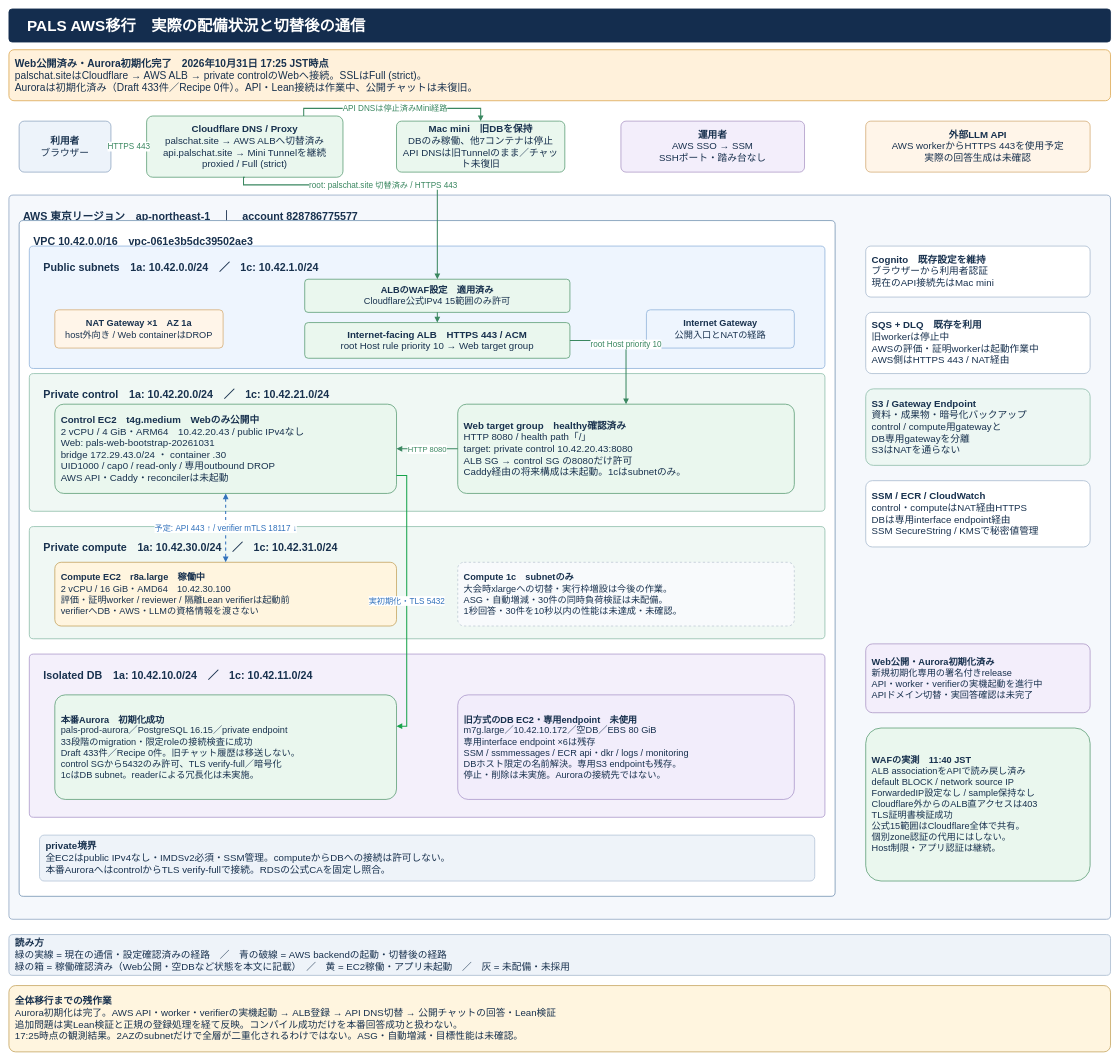
Earlier version of the draw.io diagram docs/diagrams/pals-aws-private-target.drawio (AtsushiHosaka/pals). Source tidied: cells renumbered, new cells numbered last; positions are measured from the earlier drawing's top-left corner, leaving out a move shared by most shapes. Both pictures are drawn from the tidied source at 51%, with x=0, y=0 at pixel (9, 9).
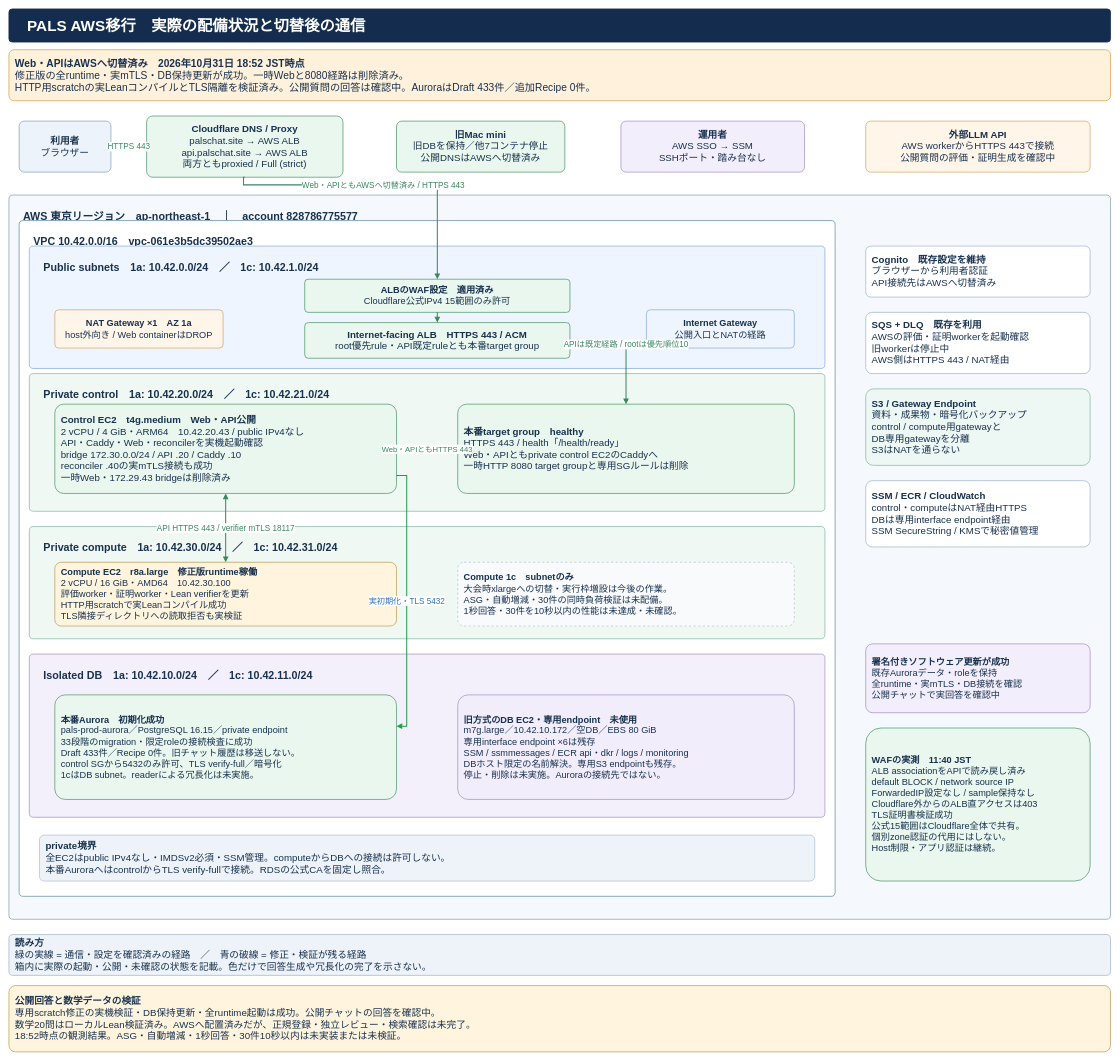
The same page after the edit.

Commit message (it also covers changes not shown here):
Record verified AWS runtime update and current public validation status

Unchanged cells that the change refers to:
```xml
<mxCell id="15" value="&lt;b&gt;ALBのWAF設定　適用済み&lt;/b&gt;&lt;br&gt;Cloudflare公式IPv4 15範囲のみ許可" style="rounded=1;arcSize=10;whiteSpace=wrap;html=1;fillColor=#eaf7ee;strokeColor=#579a72;strokeWidth=1.5;fontSize=18;fontColor=#18314e;fontFamily=Hiragino Sans,Noto Sans JP,Arial;align=center;verticalAlign=middle;spacing=12;" parent="1" vertex="1">
  <mxGeometry x="580" y="530" width="520" height="65" as="geometry" />
</mxCell>
```

Change to the diagram source:
```diff
@@
-    <mxCell id="3" value="&lt;b&gt;Web公開済み・Aurora初期化完了　2026年10月31日 17:25 JST時点&lt;/b&gt;&lt;br&gt;palschat.siteはCloudflare → AWS ALB → private controlのWebへ接続。SSLはFull (strict)。&lt;br&gt;Auroraは初期化済み（Draft 433件／Recipe 0件）。API・Lean接続は作業中、公開チャットは未復旧。" style="rounded=1;arcSize=10;whiteSpace=wrap;html=1;fillColor=#fff1db;strokeColor=#dba54d;strokeWidth=1.5;fontSize=20;fontColor=#18314e;fontFamily=Hiragino Sans,Noto Sans JP,Arial;align=left;verticalAlign=middle;spacing=12;" parent="1" vertex="1">
+    <mxCell id="3" value="&lt;b&gt;Web・APIはAWSへ切替済み　2026年10月31日 18:52 JST時点&lt;/b&gt;&lt;br&gt;修正版の全runtime・実mTLS・DB保持更新が成功。一時Webと8080経路は削除済み。&lt;br&gt;HTTP用scratchの実LeanコンパイルとTLS隔離を検証済み。公開質問の回答は確認中。AuroraはDraft 433件／追加Recipe 0件。" style="rounded=1;arcSize=10;whiteSpace=wrap;html=1;fillColor=#fff1db;strokeColor=#dba54d;strokeWidth=1.5;fontSize=20;fontColor=#18314e;fontFamily=Hiragino Sans,Noto Sans JP,Arial;align=left;verticalAlign=middle;spacing=12;" parent="1" vertex="1">
       <mxGeometry y="80" width="2160" height="100" as="geometry" />
     </mxCell>
@@
-    <mxCell id="11" value="&lt;b&gt;Cloudflare DNS / Proxy&lt;/b&gt;&lt;br&gt;palschat.site → AWS ALBへ切替済み&lt;br&gt;api.palschat.site → Mini Tunnelを継続&lt;br&gt;proxied / Full (strict)" style="rounded=1;arcSize=10;whiteSpace=wrap;html=1;fillColor=#eaf7ee;strokeColor=#579a72;strokeWidth=1.5;fontSize=19;fontColor=#18314e;fontFamily=Hiragino Sans,Noto Sans JP,Arial;align=center;verticalAlign=middle;spacing=12;" parent="1" vertex="1">
+    <mxCell id="11" value="&lt;b&gt;Cloudflare DNS / Proxy&lt;/b&gt;&lt;br&gt;palschat.site → AWS ALB&lt;br&gt;api.palschat.site → AWS ALB&lt;br&gt;両方ともproxied / Full (strict)" style="rounded=1;arcSize=10;whiteSpace=wrap;html=1;fillColor=#eaf7ee;strokeColor=#579a72;strokeWidth=1.5;fontSize=19;fontColor=#18314e;fontFamily=Hiragino Sans,Noto Sans JP,Arial;align=center;verticalAlign=middle;spacing=12;" parent="1" vertex="1">
       <mxGeometry x="270" y="210" width="385" height="120" as="geometry" />
     </mxCell>
-    <mxCell id="12" value="&lt;b&gt;Mac mini　旧DBを保持&lt;/b&gt;&lt;br&gt;DBのみ稼働、他7コンテナは停止&lt;br&gt;API DNSは旧Tunnelのまま／チャット未復旧" style="rounded=1;arcSize=10;whiteSpace=wrap;html=1;fillColor=#eaf7ee;strokeColor=#579a72;strokeWidth=1.5;fontSize=19;fontColor=#18314e;fontFamily=Hiragino Sans,Noto Sans JP,Arial;align=center;verticalAlign=middle;spacing=12;" parent="1" vertex="1">
+    <mxCell id="12" value="&lt;b&gt;旧Mac mini&lt;/b&gt;&lt;br&gt;旧DBを保持／他7コンテナ停止&lt;br&gt;公開DNSはAWSへ切替済み" style="rounded=1;arcSize=10;whiteSpace=wrap;html=1;fillColor=#eaf7ee;strokeColor=#579a72;strokeWidth=1.5;fontSize=19;fontColor=#18314e;fontFamily=Hiragino Sans,Noto Sans JP,Arial;align=center;verticalAlign=middle;spacing=12;" parent="1" vertex="1">
       <mxGeometry x="760" y="220" width="330" height="100" as="geometry" />
     </mxCell>
@@
-    <mxCell id="14" value="&lt;b&gt;外部LLM API&lt;/b&gt;&lt;br&gt;AWS workerからHTTPS 443を使用予定&lt;br&gt;実際の回答生成は未確認" style="rounded=1;arcSize=10;whiteSpace=wrap;html=1;fillColor=#fff5e9;strokeColor=#d3aa73;strokeWidth=1.5;fontSize=19;fontColor=#18314e;fontFamily=Hiragino Sans,Noto Sans JP,Arial;align=center;verticalAlign=middle;spacing=12;" parent="1" vertex="1">
+    <mxCell id="14" value="&lt;b&gt;外部LLM API&lt;/b&gt;&lt;br&gt;AWS workerからHTTPS 443で接続&lt;br&gt;公開質問の評価・証明生成を確認中" style="rounded=1;arcSize=10;whiteSpace=wrap;html=1;fillColor=#fff5e9;strokeColor=#d3aa73;strokeWidth=1.5;fontSize=19;fontColor=#18314e;fontFamily=Hiragino Sans,Noto Sans JP,Arial;align=center;verticalAlign=middle;spacing=12;" parent="1" vertex="1">
       <mxGeometry x="1680" y="220" width="440" height="100" as="geometry" />
     </mxCell>
@@
-    <mxCell id="16" value="&lt;b&gt;Internet-facing ALB　HTTPS 443 / ACM&lt;/b&gt;&lt;br&gt;root Host rule priority 10 → Web target group" style="rounded=1;arcSize=10;whiteSpace=wrap;html=1;fillColor=#eaf7ee;strokeColor=#579a72;strokeWidth=1.5;fontSize=19;fontColor=#18314e;fontFamily=Hiragino Sans,Noto Sans JP,Arial;align=center;verticalAlign=middle;spacing=12;" parent="1" vertex="1">
+    <mxCell id="16" value="&lt;b&gt;Internet-facing ALB　HTTPS 443 / ACM&lt;/b&gt;&lt;br&gt;root優先rule・API既定ruleとも本番target group" style="rounded=1;arcSize=10;whiteSpace=wrap;html=1;fillColor=#eaf7ee;strokeColor=#579a72;strokeWidth=1.5;fontSize=19;fontColor=#18314e;fontFamily=Hiragino Sans,Noto Sans JP,Arial;align=center;verticalAlign=middle;spacing=12;" parent="1" vertex="1">
       <mxGeometry x="580" y="615" width="520" height="70" as="geometry" />
     </mxCell>
@@
-    <mxCell id="19" value="&lt;b&gt;Control EC2　t4g.medium　Webのみ公開中&lt;/b&gt;&lt;br&gt;2 vCPU / 4 GiB・ARM64　10.42.20.43 / public IPv4なし&lt;br&gt;Web: pals-web-bootstrap-20261031&lt;br&gt;bridge 172.29.43.0/24 ・ container .30&lt;br&gt;UID1000 / cap0 / read-only / 専用outbound DROP&lt;br&gt;AWS API・Caddy・reconcilerは未起動" style="rounded=1;arcSize=10;whiteSpace=wrap;html=1;fillColor=#eaf7ee;strokeColor=#579a72;strokeWidth=1.5;fontSize=19;fontColor=#18314e;fontFamily=Hiragino Sans,Noto Sans JP,Arial;align=left;verticalAlign=middle;spacing=12;" parent="1" vertex="1">
+    <mxCell id="19" value="&lt;b&gt;Control EC2　t4g.medium　Web・API公開&lt;/b&gt;&lt;br&gt;2 vCPU / 4 GiB・ARM64　10.42.20.43 / public IPv4なし&lt;br&gt;API・Caddy・Web・reconcilerを実機起動確認&lt;br&gt;bridge 172.30.0.0/24 / API .20 / Caddy .10&lt;br&gt;reconciler .40の実mTLS接続も成功&lt;br&gt;一時Web・172.29.43 bridgeは削除済み" style="rounded=1;arcSize=10;whiteSpace=wrap;html=1;fillColor=#eaf7ee;strokeColor=#579a72;strokeWidth=1.5;fontSize=19;fontColor=#18314e;fontFamily=Hiragino Sans,Noto Sans JP,Arial;align=left;verticalAlign=middle;spacing=12;" parent="1" vertex="1">
       <mxGeometry x="90" y="775" width="670" height="175" as="geometry" />
     </mxCell>
-    <mxCell id="20" value="&lt;b&gt;Web target group　healthy確認済み&lt;/b&gt;&lt;br&gt;HTTP 8080 / health path「/」&lt;br&gt;target: private control 10.42.20.43:8080&lt;br&gt;ALB SG → control SG の8080だけ許可&lt;br&gt;Caddy経由の将来構成は未起動。1cはsubnetのみ。" style="rounded=1;arcSize=10;whiteSpace=wrap;html=1;fillColor=#eaf7ee;strokeColor=#579a72;strokeWidth=1.5;fontSize=19;fontColor=#18314e;fontFamily=Hiragino Sans,Noto Sans JP,Arial;align=left;verticalAlign=middle;spacing=12;" parent="1" vertex="1">
+    <mxCell id="20" value="&lt;b&gt;本番target group　healthy&lt;/b&gt;&lt;br&gt;HTTPS 443 / health「/health/ready」&lt;br&gt;Web・APIともprivate control EC2のCaddyへ&lt;br&gt;一時HTTP 8080 target groupと専用SGルールは削除" style="rounded=1;arcSize=10;whiteSpace=wrap;html=1;fillColor=#eaf7ee;strokeColor=#579a72;strokeWidth=1.5;fontSize=19;fontColor=#18314e;fontFamily=Hiragino Sans,Noto Sans JP,Arial;align=left;verticalAlign=middle;spacing=12;" parent="1" vertex="1">
       <mxGeometry x="880" y="775" width="660" height="175" as="geometry" />
     </mxCell>
-    <mxCell id="21" value="&lt;b&gt;Compute EC2　r8a.large　稼働中&lt;/b&gt;&lt;br&gt;2 vCPU / 16 GiB・AMD64　10.42.30.100&lt;br&gt;評価・証明worker / reviewer / 隔離Lean verifierは起動前&lt;br&gt;verifierへDB・AWS・LLMの資格情報を渡さない" style="rounded=1;arcSize=10;whiteSpace=wrap;html=1;fillColor=#fff5df;strokeColor=#c3a15a;strokeWidth=1.5;fontSize=18;fontColor=#18314e;fontFamily=Hiragino Sans,Noto Sans JP,Arial;align=left;verticalAlign=middle;spacing=12;" parent="1" vertex="1">
+    <mxCell id="21" value="&lt;b&gt;Compute EC2　r8a.large　修正版runtime稼働&lt;/b&gt;&lt;br&gt;2 vCPU / 16 GiB・AMD64　10.42.30.100&lt;br&gt;評価worker・証明worker・Lean verifierを更新&lt;br&gt;HTTP用scratchで実Leanコンパイル成功&lt;br&gt;TLS隣接ディレクトリへの読取拒否も実検証" style="rounded=1;arcSize=10;whiteSpace=wrap;html=1;fillColor=#fff5df;strokeColor=#c3a15a;strokeWidth=1.5;fontSize=18;fontColor=#18314e;fontFamily=Hiragino Sans,Noto Sans JP,Arial;align=left;verticalAlign=middle;spacing=12;" parent="1" vertex="1">
       <mxGeometry x="90" y="1085" width="670" height="125" as="geometry" />
     </mxCell>
@@
-    <mxCell id="26" value="&lt;b&gt;Cognito　既存設定を維持&lt;/b&gt;&lt;br&gt;ブラウザーから利用者認証&lt;br&gt;現在のAPI接続先はMac mini" style="rounded=1;arcSize=10;whiteSpace=wrap;html=1;fillColor=#ffffff;strokeColor=#a6b9ce;strokeWidth=1.5;fontSize=19;fontColor=#18314e;fontFamily=Hiragino Sans,Noto Sans JP,Arial;align=left;verticalAlign=middle;spacing=12;" parent="1" vertex="1">
+    <mxCell id="26" value="&lt;b&gt;Cognito　既存設定を維持&lt;/b&gt;&lt;br&gt;ブラウザーから利用者認証&lt;br&gt;API接続先はAWSへ切替済み" style="rounded=1;arcSize=10;whiteSpace=wrap;html=1;fillColor=#ffffff;strokeColor=#a6b9ce;strokeWidth=1.5;fontSize=19;fontColor=#18314e;fontFamily=Hiragino Sans,Noto Sans JP,Arial;align=left;verticalAlign=middle;spacing=12;" parent="1" vertex="1">
       <mxGeometry x="1680" y="465" width="440" height="100" as="geometry" />
     </mxCell>
-    <mxCell id="27" value="&lt;b&gt;SQS + DLQ　既存を利用&lt;/b&gt;&lt;br&gt;旧workerは停止中&lt;br&gt;AWSの評価・証明workerは起動作業中&lt;br&gt;AWS側はHTTPS 443 / NAT経由" style="rounded=1;arcSize=10;whiteSpace=wrap;html=1;fillColor=#ffffff;strokeColor=#a6b9ce;strokeWidth=1.5;fontSize=19;fontColor=#18314e;fontFamily=Hiragino Sans,Noto Sans JP,Arial;align=left;verticalAlign=middle;spacing=12;" parent="1" vertex="1">
+    <mxCell id="27" value="&lt;b&gt;SQS + DLQ　既存を利用&lt;/b&gt;&lt;br&gt;AWSの評価・証明workerを起動確認&lt;br&gt;旧workerは停止中&lt;br&gt;AWS側はHTTPS 443 / NAT経由" style="rounded=1;arcSize=10;whiteSpace=wrap;html=1;fillColor=#ffffff;strokeColor=#a6b9ce;strokeWidth=1.5;fontSize=19;fontColor=#18314e;fontFamily=Hiragino Sans,Noto Sans JP,Arial;align=left;verticalAlign=middle;spacing=12;" parent="1" vertex="1">
       <mxGeometry x="1680" y="595" width="440" height="120" as="geometry" />
     </mxCell>
@@
-    <mxCell id="30" value="&lt;b&gt;Web公開・Aurora初期化済み&lt;/b&gt;&lt;br&gt;新規初期化専用の署名付きrelease&lt;br&gt;API・worker・verifierの実機起動を進行中&lt;br&gt;APIドメイン切替・実回答確認は未完了" style="rounded=1;arcSize=10;whiteSpace=wrap;html=1;fillColor=#f3eefb;strokeColor=#aa95c4;strokeWidth=1.5;fontSize=18;fontColor=#18314e;fontFamily=Hiragino Sans,Noto Sans JP,Arial;align=left;verticalAlign=middle;spacing=12;" parent="1" vertex="1">
+    <mxCell id="30" value="&lt;b&gt;署名付きソフトウェア更新が成功&lt;/b&gt;&lt;br&gt;既存Auroraデータ・roleを保持&lt;br&gt;全runtime・実mTLS・DB接続を確認&lt;br&gt;公開チャットで実回答を確認中" style="rounded=1;arcSize=10;whiteSpace=wrap;html=1;fillColor=#f3eefb;strokeColor=#aa95c4;strokeWidth=1.5;fontSize=18;fontColor=#18314e;fontFamily=Hiragino Sans,Noto Sans JP,Arial;align=left;verticalAlign=middle;spacing=12;" parent="1" vertex="1">
       <mxGeometry x="1680" y="1245" width="440" height="135" as="geometry" />
     </mxCell>
@@
-    <mxCell id="33" value="API DNSは停止済みMini経路" style="edgeStyle=orthogonalEdgeStyle;rounded=0;jettySize=auto;html=1;endArrow=block;endFill=1;strokeColor=#3a8760;strokeWidth=2;dashed=0;fontSize=16;fontFamily=Hiragino Sans,Noto Sans JP,Arial;fontColor=#3a8760;labelBackgroundColor=#ffffff;exitX=0.8;exitY=0;entryX=0.5;entryY=0;" parent="1" edge="1" source="11" target="12">
-      <mxGeometry relative="1" as="geometry">
-        <Array as="points">
-          <mxPoint x="578" y="195" />
-          <mxPoint x="925" y="195" />
-        </Array>
-      </mxGeometry>
-    </mxCell>
-    <mxCell id="34" value="root: palschat.site 切替済み / HTTPS 443" style="edgeStyle=orthogonalEdgeStyle;rounded=0;jettySize=auto;html=1;endArrow=block;endFill=1;strokeColor=#3a8760;strokeWidth=2;dashed=0;fontSize=16;fontFamily=Hiragino Sans,Noto Sans JP,Arial;fontColor=#3a8760;labelBackgroundColor=#ffffff;exitX=0.5;exitY=1;entryX=0.5;entryY=0;" parent="1" edge="1" source="11" target="15">
+    <mxCell id="34" value="Web・APIともAWSへ切替済み / HTTPS 443" style="edgeStyle=orthogonalEdgeStyle;rounded=0;jettySize=auto;html=1;endArrow=block;endFill=1;strokeColor=#3a8760;strokeWidth=2;dashed=0;fontSize=16;fontFamily=Hiragino Sans,Noto Sans JP,Arial;fontColor=#3a8760;labelBackgroundColor=#ffffff;exitX=0.5;exitY=1;entryX=0.5;entryY=0;" parent="1" edge="1" source="11" target="15">
       <mxGeometry relative="1" as="geometry">
         <Array as="points">
           <mxPoint x="460" y="345" />
           <mxPoint x="840" y="345" />
         </Array>
       </mxGeometry>
     </mxCell>
@@
-    <mxCell id="36" value="root Host priority 10" style="edgeStyle=orthogonalEdgeStyle;rounded=0;jettySize=auto;html=1;endArrow=block;endFill=1;strokeColor=#3a8760;strokeWidth=2;dashed=0;fontSize=16;fontFamily=Hiragino Sans,Noto Sans JP,Arial;fontColor=#3a8760;labelBackgroundColor=#ffffff;exitX=1;exitY=0.5;entryX=0.5;entryY=0;" parent="1" edge="1" source="16" target="20">
+    <mxCell id="36" value="APIは既定経路 / rootは優先順位10" style="edgeStyle=orthogonalEdgeStyle;rounded=0;jettySize=auto;html=1;endArrow=block;endFill=1;strokeColor=#3a8760;strokeWidth=2;dashed=0;fontSize=16;fontFamily=Hiragino Sans,Noto Sans JP,Arial;fontColor=#3a8760;labelBackgroundColor=#ffffff;exitX=1;exitY=0.5;entryX=0.5;entryY=0;" parent="1" edge="1" source="16" target="20">
       <mxGeometry relative="1" as="geometry" />
     </mxCell>
-    <mxCell id="37" value="予定: API 443 ↑ / verifier mTLS 18117 ↓" style="edgeStyle=orthogonalEdgeStyle;rounded=0;jettySize=auto;html=1;endArrow=block;endFill=1;strokeColor=#3171bb;strokeWidth=2;dashed=1;fontSize=16;fontFamily=Hiragino Sans,Noto Sans JP,Arial;fontColor=#3171bb;labelBackgroundColor=#ffffff;exitX=0.5;exitY=1;entryX=0.5;entryY=0;startArrow=block;startFill=1;" parent="1" edge="1" source="19" target="21">
+    <mxCell id="37" value="API HTTPS 443 / verifier mTLS 18117" style="edgeStyle=orthogonalEdgeStyle;rounded=0;jettySize=auto;html=1;endArrow=block;endFill=1;strokeColor=#3a8760;strokeWidth=2;dashed=0;fontSize=16;fontFamily=Hiragino Sans,Noto Sans JP,Arial;fontColor=#3a8760;labelBackgroundColor=#ffffff;exitX=0.5;exitY=1;entryX=0.5;entryY=0;startArrow=block;startFill=1;" parent="1" edge="1" source="19" target="21">
       <mxGeometry relative="1" as="geometry" />
     </mxCell>
@@
-    <mxCell id="39" value="&lt;b&gt;読み方&lt;/b&gt;&lt;br&gt;緑の実線 = 現在の通信・設定確認済みの経路　／　青の破線 = AWS backendの起動・切替後の経路&lt;br&gt;緑の箱 = 稼働確認済み（Web公開・空DBなど状態を本文に記載）　／　黄 = EC2稼働・アプリ未起動　／　灰 = 未配備・未採用" style="rounded=1;arcSize=10;whiteSpace=wrap;html=1;fillColor=#eef3f9;strokeColor=#a6b9ce;strokeWidth=1.5;fontSize=19;fontColor=#18314e;fontFamily=Hiragino Sans,Noto Sans JP,Arial;align=left;verticalAlign=middle;spacing=12;" parent="1" vertex="1">
+    <mxCell id="39" value="&lt;b&gt;読み方&lt;/b&gt;&lt;br&gt;緑の実線 = 通信・設定を確認済みの経路　／　青の破線 = 修正・検証が残る経路&lt;br&gt;箱内に実際の起動・公開・未確認の状態を記載。色だけで回答生成や冗長化の完了を示さない。" style="rounded=1;arcSize=10;whiteSpace=wrap;html=1;fillColor=#eef3f9;strokeColor=#a6b9ce;strokeWidth=1.5;fontSize=19;fontColor=#18314e;fontFamily=Hiragino Sans,Noto Sans JP,Arial;align=left;verticalAlign=middle;spacing=12;" parent="1" vertex="1">
       <mxGeometry y="1815" width="2160" height="80" as="geometry" />
     </mxCell>
-    <mxCell id="40" value="&lt;b&gt;全体移行までの残作業&lt;/b&gt;&lt;br&gt;Aurora初期化は完了。AWS API・worker・verifierの実機起動 → ALB登録 → API DNS切替 → 公開チャットの回答・Lean検証&lt;br&gt;追加問題は実Lean検証と正規の登録処理を経て反映。コンパイル成功だけを本番回答成功と扱わない。&lt;br&gt;17:25時点の観測結果。2AZのsubnetだけで全層が二重化されるわけではない。ASG・自動増減・目標性能は未確認。" style="rounded=1;arcSize=10;whiteSpace=wrap;html=1;fillColor=#fff5df;strokeColor=#c3a15a;strokeWidth=1.5;fontSize=19;fontColor=#18314e;fontFamily=Hiragino Sans,Noto Sans JP,Arial;align=left;verticalAlign=middle;spacing=12;" parent="1" vertex="1">
+    <mxCell id="40" value="&lt;b&gt;公開回答と数学データの検証&lt;/b&gt;&lt;br&gt;専用scratch修正の実機検証・DB保持更新・全runtime起動は成功。公開チャットの回答を確認中。&lt;br&gt;数学20問はローカルLean検証済み。AWSへ配置済みだが、正規登録・独立レビュー・検索確認は未完了。&lt;br&gt;18:52時点の観測結果。ASG・自動増減・1秒回答・30件10秒以内は未実装または未検証。" style="rounded=1;arcSize=10;whiteSpace=wrap;html=1;fillColor=#fff5df;strokeColor=#c3a15a;strokeWidth=1.5;fontSize=19;fontColor=#18314e;fontFamily=Hiragino Sans,Noto Sans JP,Arial;align=left;verticalAlign=middle;spacing=12;" parent="1" vertex="1">
       <mxGeometry y="1915" width="2160" height="130" as="geometry" />
     </mxCell>
-    <mxCell id="41" value="HTTP 8080" style="edgeStyle=orthogonalEdgeStyle;rounded=0;html=1;endArrow=block;endFill=1;strokeColor=#3a8760;strokeWidth=2;fontSize=15;fontFamily=Hiragino Sans,Noto Sans JP,Arial;fontColor=#3a8760;labelBackgroundColor=#ffffff;exitX=0;exitY=0.5;entryX=1;entryY=0.5;" parent="1" edge="1" source="20" target="19">
+    <mxCell id="41" value="Web・APIともHTTPS 443" style="edgeStyle=orthogonalEdgeStyle;rounded=0;html=1;endArrow=block;endFill=1;strokeColor=#3a8760;strokeWidth=2;fontSize=15;fontFamily=Hiragino Sans,Noto Sans JP,Arial;fontColor=#3a8760;labelBackgroundColor=#ffffff;exitX=0;exitY=0.5;entryX=1;entryY=0.5;" parent="1" edge="1" source="20" target="19">
       <mxGeometry relative="1" as="geometry" />
     </mxCell>
```
